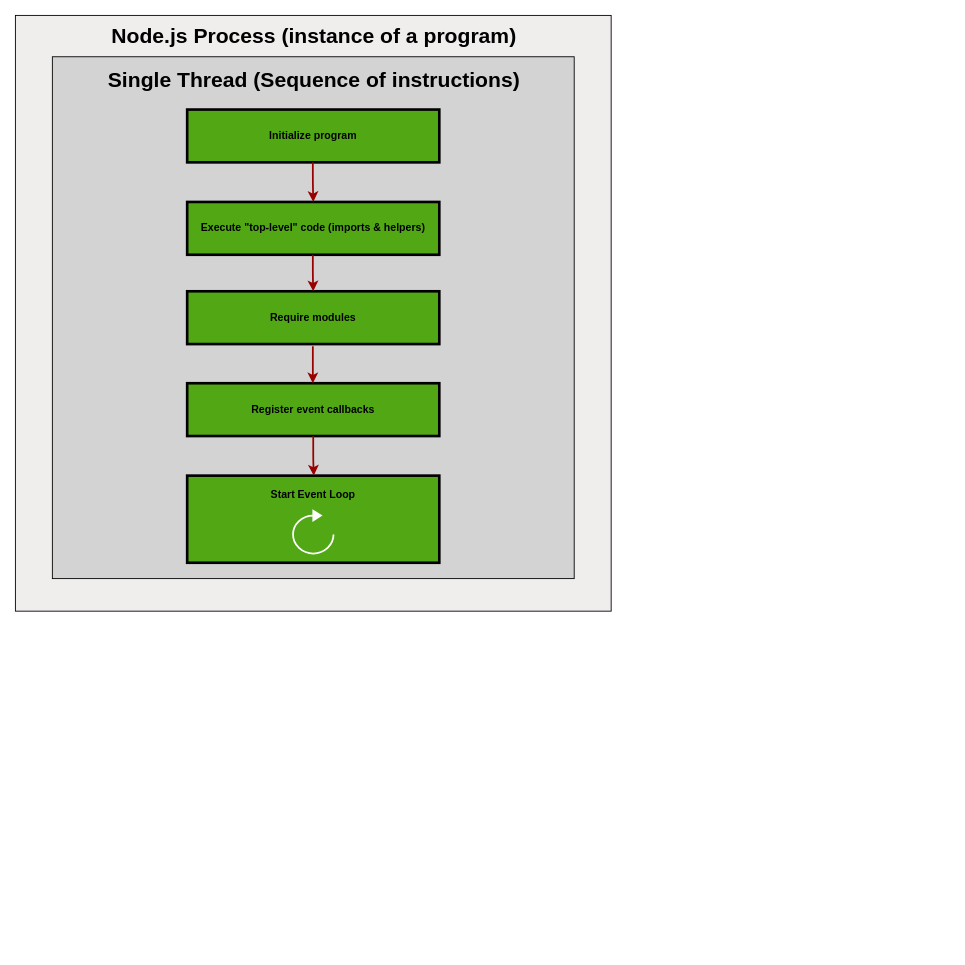
PhoenixYork166/Nodejs-MySQL keeps this draw.io diagram as page "Nodejs-Processes" (3 of 3) of Untitled Diagram.drawio. Above is the earlier version. Source tidied: cells renumbered, new cells numbered last; positions are measured from the earlier drawing's top-left corner, leaving out a move shared by most shapes. Both pictures are drawn from the tidied source at 88%, with x=0, y=0 at pixel (15, 15).
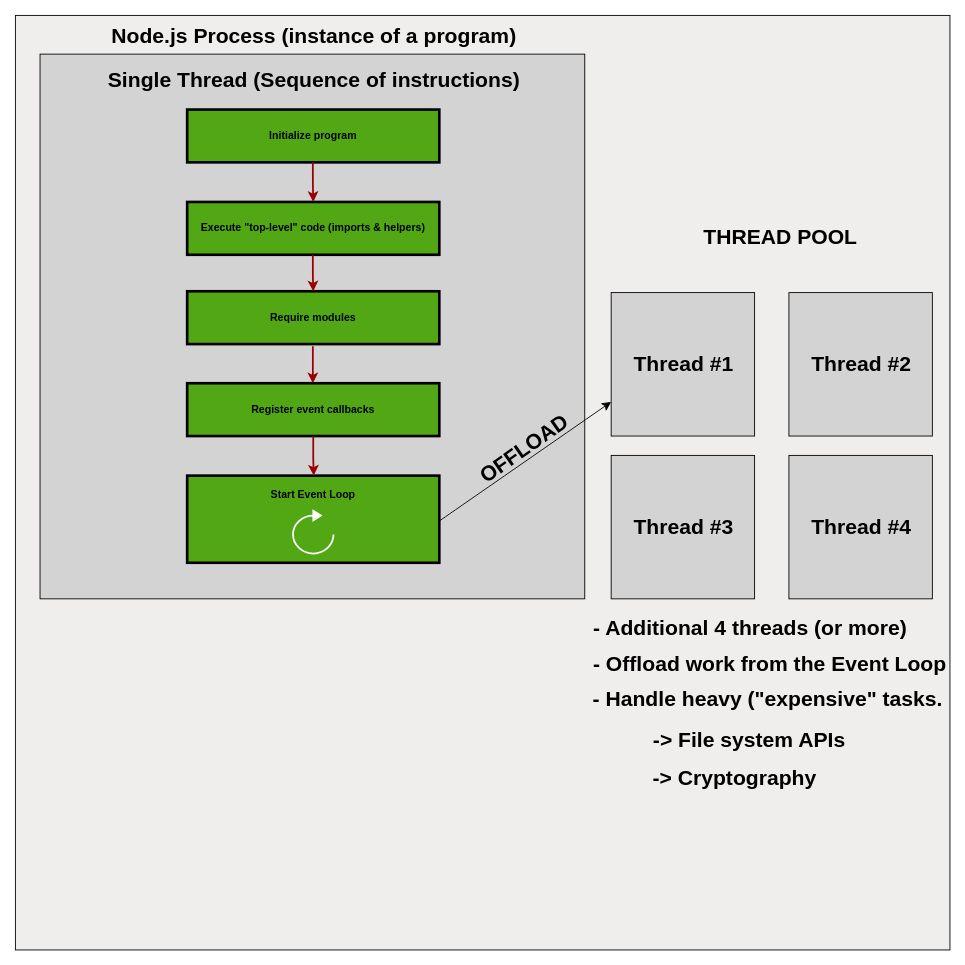
After the change.

What changed in the source:
```diff
@@
     <mxCell id="2" style="whiteSpace=wrap;html=1;fillColor=#f0eded;" parent="1" vertex="1">
-      <mxGeometry width="677" height="677" as="geometry" />
+      <mxGeometry width="1062" height="1062" as="geometry" />
     </mxCell>
@@
     <mxCell id="4" style="whiteSpace=wrap;html=1;fillColor=#d3d3d3;" parent="1" vertex="1">
-      <mxGeometry x="42" y="47" width="593" height="593" as="geometry" />
+      <mxGeometry x="28" y="44" width="619" height="619" as="geometry" />
     </mxCell>
@@
+    <mxCell id="16" style="whiteSpace=wrap;html=1;fillColor=#d3d3d3;" parent="1" vertex="1">
+      <mxGeometry x="677" y="500" width="163" height="163" as="geometry" />
+    </mxCell>
+    <mxCell id="17" style="whiteSpace=wrap;html=1;fillColor=#d3d3d3;" parent="1" vertex="1">
+      <mxGeometry x="879" y="500" width="163" height="163" as="geometry" />
+    </mxCell>
+    <mxCell id="18" style="whiteSpace=wrap;html=1;fillColor=#d3d3d3;" parent="1" vertex="1">
+      <mxGeometry x="677" y="315" width="163" height="163" as="geometry" />
+    </mxCell>
+    <mxCell id="19" style="whiteSpace=wrap;html=1;fillColor=#d3d3d3;" parent="1" vertex="1">
+      <mxGeometry x="879" y="315" width="163" height="163" as="geometry" />
+    </mxCell>
+    <mxCell id="20" value="Thread #1" style="text;strokeColor=none;fillColor=none;html=1;fontSize=24;fontStyle=1;verticalAlign=middle;align=center;" parent="1" vertex="1">
+      <mxGeometry x="708.5" y="376.5" width="100" height="40" as="geometry" />
+    </mxCell>
+    <mxCell id="21" value="Thread #2" style="text;strokeColor=none;fillColor=none;html=1;fontSize=24;fontStyle=1;verticalAlign=middle;align=center;" parent="1" vertex="1">
+      <mxGeometry x="910.5" y="376.5" width="100" height="40" as="geometry" />
+    </mxCell>
+    <mxCell id="22" value="Thread #3" style="text;strokeColor=none;fillColor=none;html=1;fontSize=24;fontStyle=1;verticalAlign=middle;align=center;" parent="1" vertex="1">
+      <mxGeometry x="708.5" y="561.5" width="100" height="40" as="geometry" />
+    </mxCell>
+    <mxCell id="23" value="Thread #4" style="text;strokeColor=none;fillColor=none;html=1;fontSize=24;fontStyle=1;verticalAlign=middle;align=center;" parent="1" vertex="1">
+      <mxGeometry x="910.5" y="561.5" width="100" height="40" as="geometry" />
+    </mxCell>
+    <mxCell id="24" value="THREAD POOL" style="text;strokeColor=none;fillColor=none;html=1;fontSize=24;fontStyle=1;verticalAlign=middle;align=center;" parent="1" vertex="1">
+      <mxGeometry x="819" y="232" width="100" height="40" as="geometry" />
+    </mxCell>
+    <mxCell id="25" style="endArrow=classic;html=1;rounded=0;fontSize=12;startSize=8;endSize=8;curved=1;exitX=1;exitY=0.5;exitDx=0;exitDy=0;entryX=0;entryY=0.75;entryDx=0;entryDy=0;" parent="1" edge="1">
+      <mxGeometry relative="1" as="geometry">
+        <mxPoint x="481.8" y="574.5" as="sourcePoint" />
+        <mxPoint x="677" y="439.2" as="targetPoint" />
+      </mxGeometry>
+    </mxCell>
+    <mxCell id="26" value="OFFLOAD" style="text;strokeColor=none;fillColor=none;html=1;fontSize=24;fontStyle=1;verticalAlign=middle;align=center;rotation=-35;" parent="1" vertex="1">
+      <mxGeometry x="528" y="473" width="100" height="40" as="geometry" />
+    </mxCell>
+    <mxCell id="27" value="- Additional 4 threads (or more)&amp;nbsp; &amp;nbsp; &amp;nbsp; &amp;nbsp;" style="text;strokeColor=none;fillColor=none;html=1;fontSize=24;fontStyle=1;verticalAlign=middle;align=center;" parent="1" vertex="1">
+      <mxGeometry x="808" y="677" width="100" height="40" as="geometry" />
+    </mxCell>
+    <mxCell id="28" value="- Offload work from the Event Loop" style="text;strokeColor=none;fillColor=none;html=1;fontSize=24;fontStyle=1;verticalAlign=middle;align=center;" parent="1" vertex="1">
+      <mxGeometry x="807" y="717" width="100" height="40" as="geometry" />
+    </mxCell>
+    <mxCell id="29" value="- Handle heavy (&quot;expensive&quot; tasks.&amp;nbsp;" style="text;strokeColor=none;fillColor=none;html=1;fontSize=24;fontStyle=1;verticalAlign=middle;align=center;" parent="1" vertex="1">
+      <mxGeometry x="808" y="757" width="100" height="40" as="geometry" />
+    </mxCell>
+    <mxCell id="30" value="-&amp;gt; File system APIs&amp;nbsp; &amp;nbsp; &amp;nbsp; &amp;nbsp;" style="text;strokeColor=none;fillColor=none;html=1;fontSize=24;fontStyle=1;verticalAlign=middle;align=center;" parent="1" vertex="1">
+      <mxGeometry x="807" y="804" width="100" height="40" as="geometry" />
+    </mxCell>
+    <mxCell id="31" value="-&amp;gt; Cryptography&amp;nbsp; &amp;nbsp; &amp;nbsp; &amp;nbsp; &amp;nbsp; &amp;nbsp;&amp;nbsp;" style="text;strokeColor=none;fillColor=none;html=1;fontSize=24;fontStyle=1;verticalAlign=middle;align=center;" parent="1" vertex="1">
+      <mxGeometry x="807" y="847" width="100" height="40" as="geometry" />
+    </mxCell>
```
